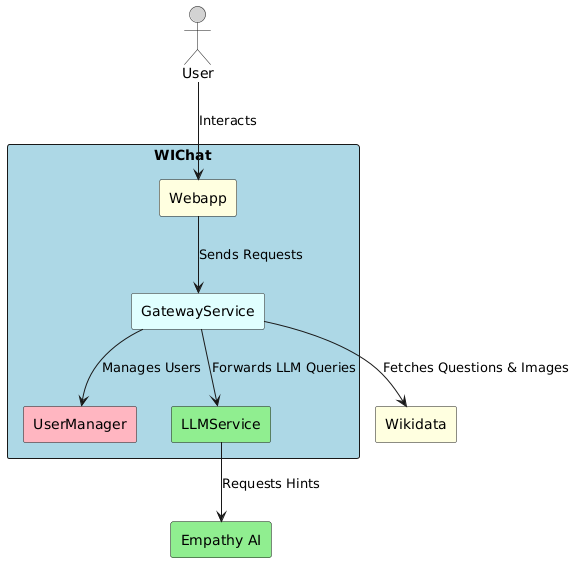
Before: docs/images/05_level2.png, a diagram exported from PlantUML (Arquisoft/wichat_es4c).
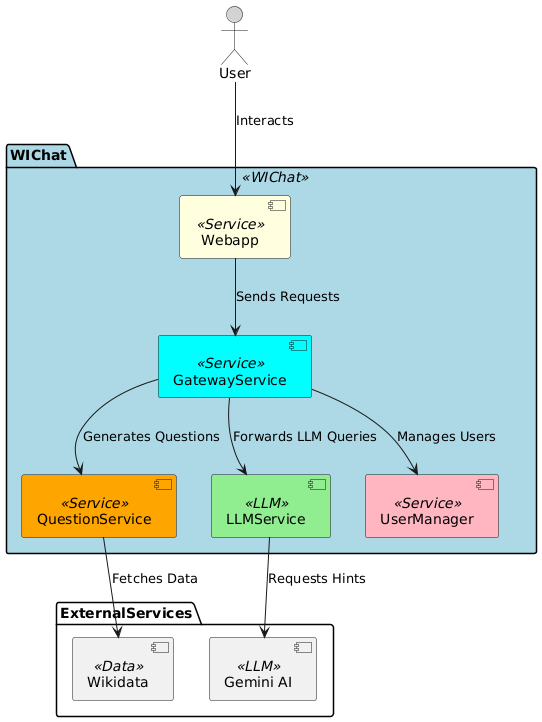
After the commit.

The edit, as a diff of the source:
```diff
@@ -1,22 +1,30 @@
 @startuml
-skinparam componentStyle rectangle
-skinparam backgroundColor White
+actor "User" as User #lightgray
 
-actor "User" as User #lightgray
-component "WIChat" as WIChat #lightblue {
-    component "UserManager" as UserManager #lightpink
-    component "GatewayService" as GatewayService #lightcyan
-    component "LLMService" as LLMService #lightgreen
-    component "Webapp" as Webapp #lightyellow
+package WIChat <<WIChat>> #lightblue {
+    component "Webapp" as Webapp <<Service>> #lightyellow
+    component "GatewayService" as GatewayService <<Service>> #cyan
+    component "QuestionService" as QuestionGen <<Service>> #orange
+    component "LLMService" as LLMService <<LLM>> #lightgreen
+    component "UserManager" as UserManager <<Service>> #lightpink
+
+
 }
 
-component "Wikidata" as Wikidata #lightyellow
-component "Empathy AI" as EmpathyAI #lightgreen
+package ExternalServices {
+    component "Wikidata" as Wikidata <<Data>>
+    component "Gemini AI" as EmpathyAI <<LLM>>
+}
 
 User --> Webapp : Interacts
 Webapp --> GatewayService : Sends Requests
+
+GatewayService --> QuestionGen : Generates Questions
+GatewayService --> LLMService : Forwards LLM Queries
+
+
+LLMService --> EmpathyAI : Requests Hints
+QuestionGen --> Wikidata : Fetches Data
+
 GatewayService --> UserManager : Manages Users
-GatewayService --> LLMService : Forwards LLM Queries
-LLMService --> EmpathyAI : Requests Hints
-GatewayService --> Wikidata : Fetches Questions & Images
 @enduml
```
